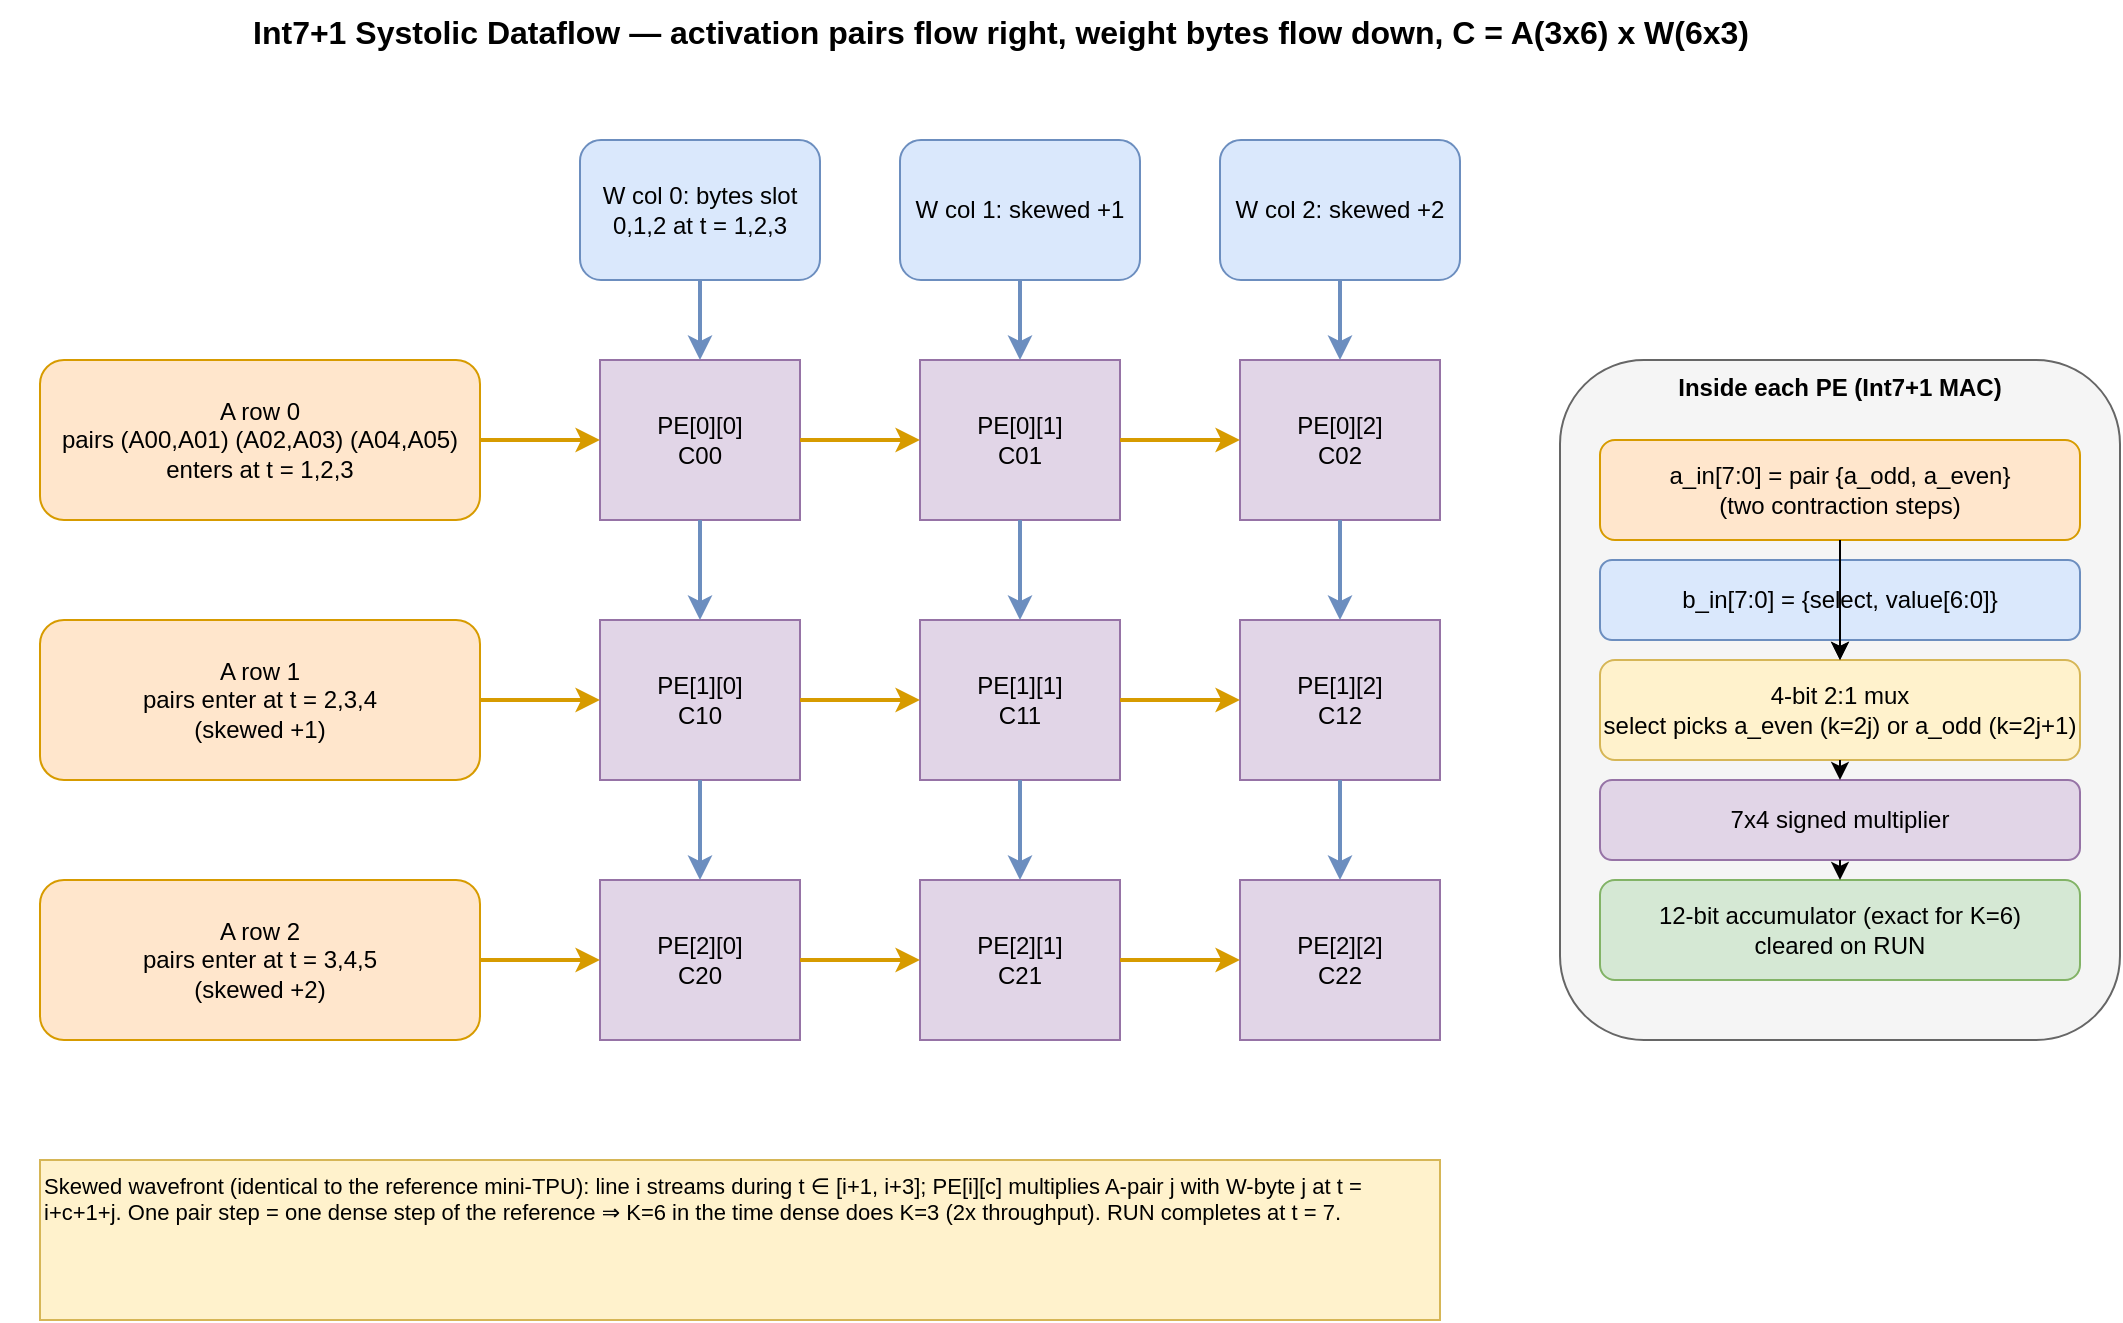
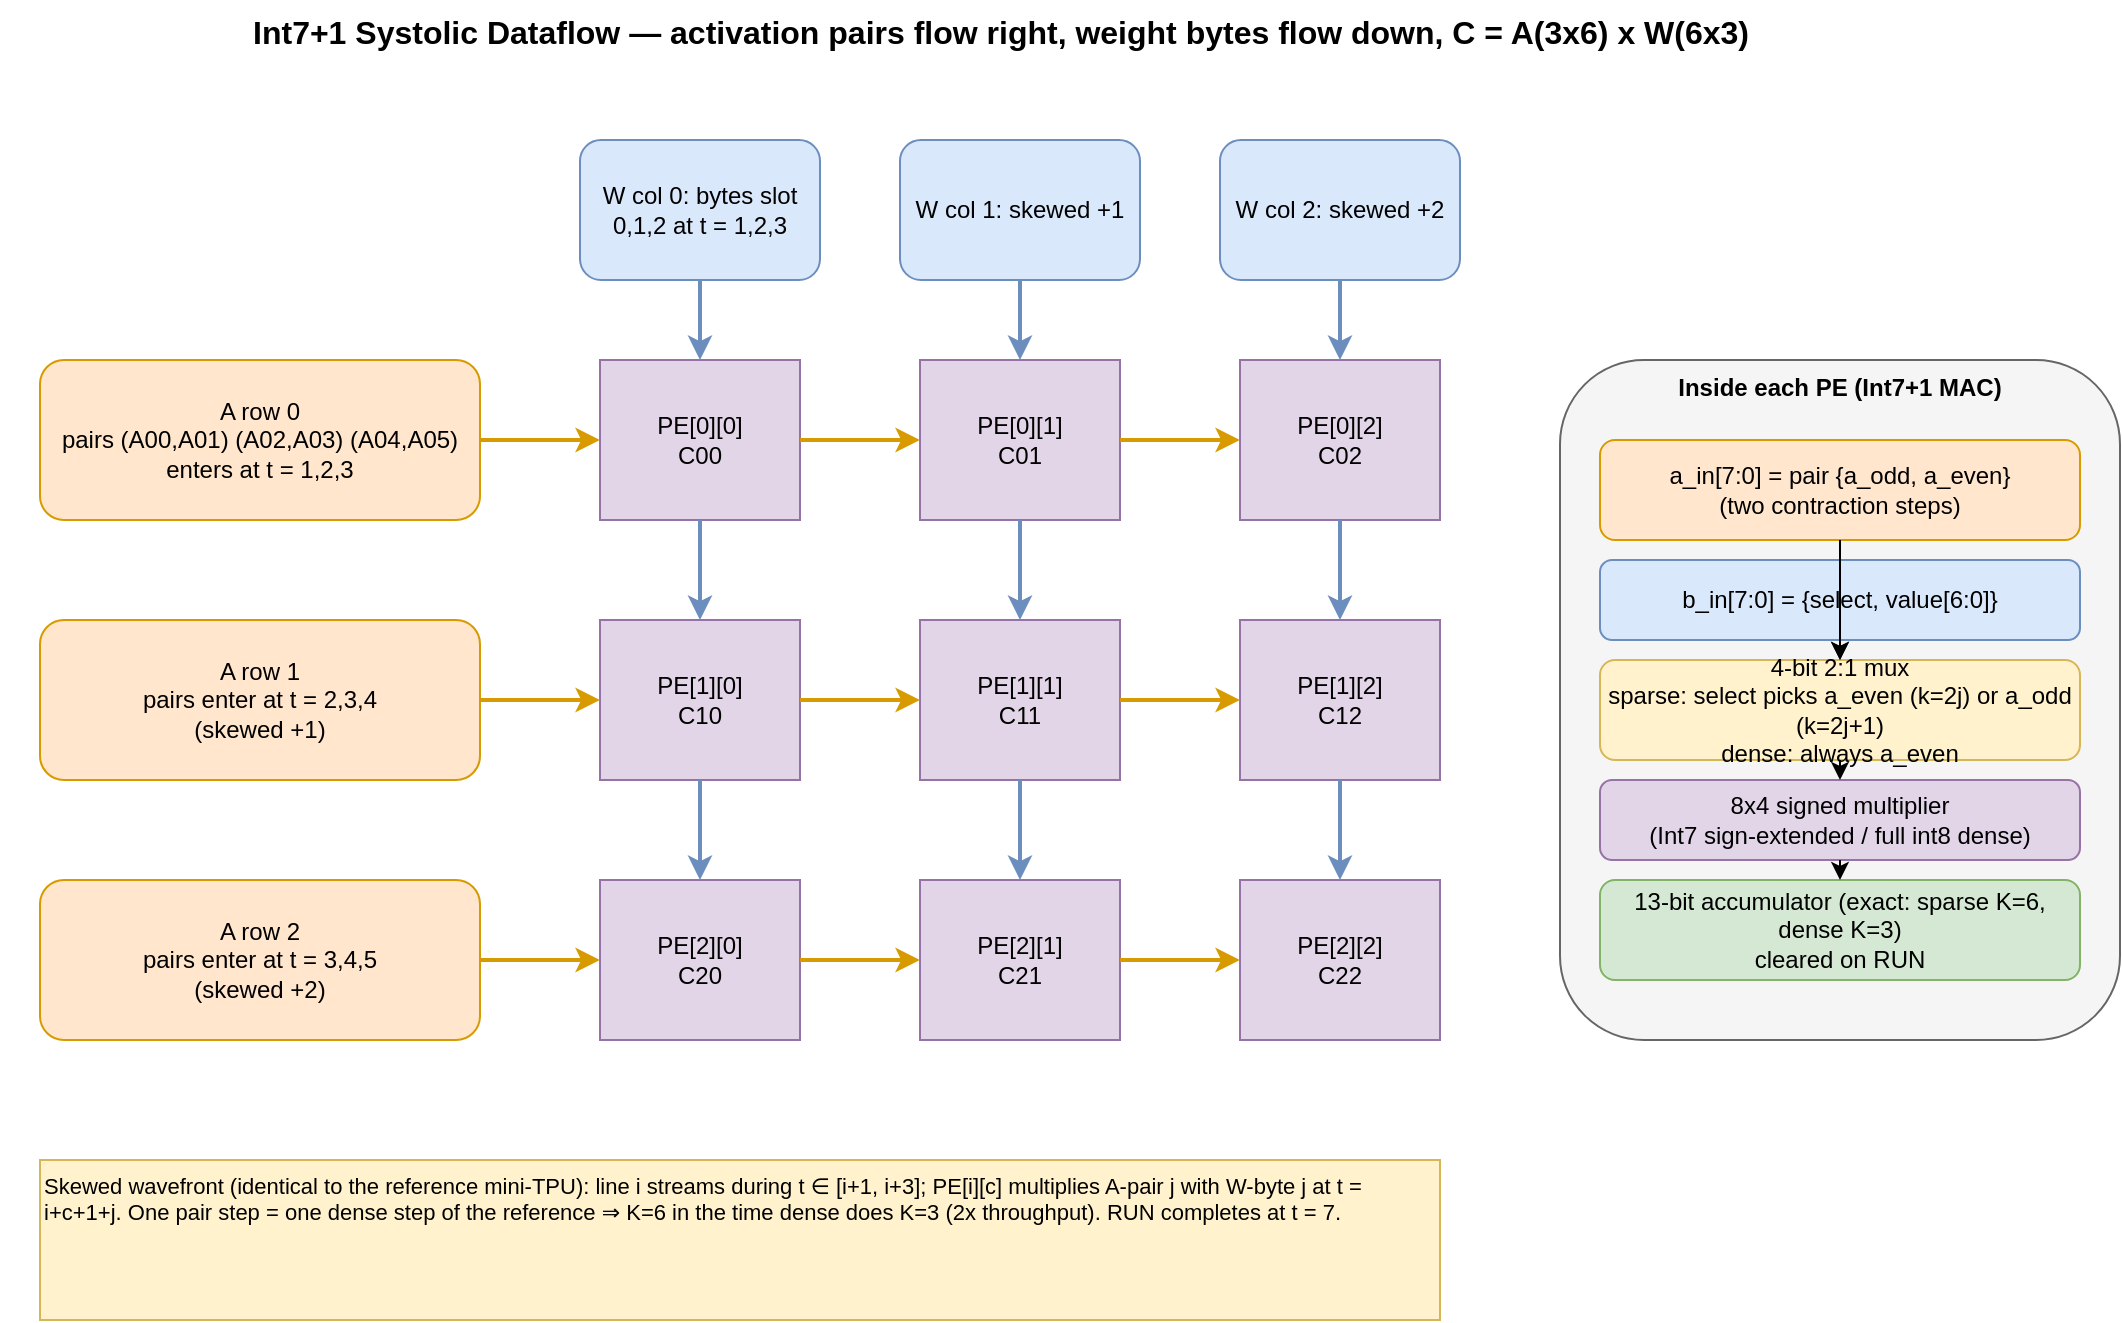
<mxfile host="app.diagrams.net" type="device">
  <diagram id="dataflow" name="Dataflow">
    <mxGraphModel dx="1400" dy="900" grid="1" gridSize="10" guides="1" tooltips="1" connect="1" arrows="1" fold="1" page="1" pageScale="1" pageWidth="1200" pageHeight="850" math="0" shadow="0">
      <root>
        <mxCell id="0" />
        <mxCell id="1" parent="0" />

        <mxCell id="title" value="Int7+1 Systolic Dataflow — activation pairs flow right, weight bytes flow down, C = A(3x6) x W(6x3)" style="text;html=1;fontSize=16;fontStyle=1;align=center;" vertex="1" parent="1">
          <mxGeometry x="100" y="20" width="1000" height="30" as="geometry" />
        </mxCell>

        <mxCell id="pe00" value="PE[0][0]&#10;C00" style="rounded=0;whiteSpace=wrap;html=1;fillColor=#e1d5e7;strokeColor=#9673a6;" vertex="1" parent="1"><mxGeometry x="400" y="200" width="100" height="80" as="geometry" /></mxCell>
        <mxCell id="pe01" value="PE[0][1]&#10;C01" style="rounded=0;whiteSpace=wrap;html=1;fillColor=#e1d5e7;strokeColor=#9673a6;" vertex="1" parent="1"><mxGeometry x="560" y="200" width="100" height="80" as="geometry" /></mxCell>
        <mxCell id="pe02" value="PE[0][2]&#10;C02" style="rounded=0;whiteSpace=wrap;html=1;fillColor=#e1d5e7;strokeColor=#9673a6;" vertex="1" parent="1"><mxGeometry x="720" y="200" width="100" height="80" as="geometry" /></mxCell>
        <mxCell id="pe10" value="PE[1][0]&#10;C10" style="rounded=0;whiteSpace=wrap;html=1;fillColor=#e1d5e7;strokeColor=#9673a6;" vertex="1" parent="1"><mxGeometry x="400" y="330" width="100" height="80" as="geometry" /></mxCell>
        <mxCell id="pe11" value="PE[1][1]&#10;C11" style="rounded=0;whiteSpace=wrap;html=1;fillColor=#e1d5e7;strokeColor=#9673a6;" vertex="1" parent="1"><mxGeometry x="560" y="330" width="100" height="80" as="geometry" /></mxCell>
        <mxCell id="pe12" value="PE[1][2]&#10;C12" style="rounded=0;whiteSpace=wrap;html=1;fillColor=#e1d5e7;strokeColor=#9673a6;" vertex="1" parent="1"><mxGeometry x="720" y="330" width="100" height="80" as="geometry" /></mxCell>
        <mxCell id="pe20" value="PE[2][0]&#10;C20" style="rounded=0;whiteSpace=wrap;html=1;fillColor=#e1d5e7;strokeColor=#9673a6;" vertex="1" parent="1"><mxGeometry x="400" y="460" width="100" height="80" as="geometry" /></mxCell>
        <mxCell id="pe21" value="PE[2][1]&#10;C21" style="rounded=0;whiteSpace=wrap;html=1;fillColor=#e1d5e7;strokeColor=#9673a6;" vertex="1" parent="1"><mxGeometry x="560" y="460" width="100" height="80" as="geometry" /></mxCell>
        <mxCell id="pe22" value="PE[2][2]&#10;C22" style="rounded=0;whiteSpace=wrap;html=1;fillColor=#e1d5e7;strokeColor=#9673a6;" vertex="1" parent="1"><mxGeometry x="720" y="460" width="100" height="80" as="geometry" /></mxCell>

        <mxCell id="rowa0" value="A row 0&#10;pairs (A00,A01) (A02,A03) (A04,A05)&#10;enters at t = 1,2,3" style="rounded=1;whiteSpace=wrap;html=1;fillColor=#ffe6cc;strokeColor=#d79b00;" vertex="1" parent="1"><mxGeometry x="120" y="200" width="220" height="80" as="geometry" /></mxCell>
        <mxCell id="rowa1" value="A row 1&#10;pairs enter at t = 2,3,4&#10;(skewed +1)" style="rounded=1;whiteSpace=wrap;html=1;fillColor=#ffe6cc;strokeColor=#d79b00;" vertex="1" parent="1"><mxGeometry x="120" y="330" width="220" height="80" as="geometry" /></mxCell>
        <mxCell id="rowa2" value="A row 2&#10;pairs enter at t = 3,4,5&#10;(skewed +2)" style="rounded=1;whiteSpace=wrap;html=1;fillColor=#ffe6cc;strokeColor=#d79b00;" vertex="1" parent="1"><mxGeometry x="120" y="460" width="220" height="80" as="geometry" /></mxCell>

        <mxCell id="colb0" value="W col 0: bytes slot 0,1,2 at t = 1,2,3" style="rounded=1;whiteSpace=wrap;html=1;fillColor=#dae8fc;strokeColor=#6c8ebf;" vertex="1" parent="1"><mxGeometry x="390" y="90" width="120" height="70" as="geometry" /></mxCell>
        <mxCell id="colb1" value="W col 1: skewed +1" style="rounded=1;whiteSpace=wrap;html=1;fillColor=#dae8fc;strokeColor=#6c8ebf;" vertex="1" parent="1"><mxGeometry x="550" y="90" width="120" height="70" as="geometry" /></mxCell>
        <mxCell id="colb2" value="W col 2: skewed +2" style="rounded=1;whiteSpace=wrap;html=1;fillColor=#dae8fc;strokeColor=#6c8ebf;" vertex="1" parent="1"><mxGeometry x="710" y="90" width="120" height="70" as="geometry" /></mxCell>

        <mxCell id="a00" style="edgeStyle=orthogonalEdgeStyle;html=1;strokeColor=#d79b00;strokeWidth=2;" edge="1" parent="1" source="rowa0" target="pe00"><mxGeometry relative="1" as="geometry" /></mxCell>
        <mxCell id="a01" style="edgeStyle=orthogonalEdgeStyle;html=1;strokeColor=#d79b00;strokeWidth=2;" edge="1" parent="1" source="pe00" target="pe01"><mxGeometry relative="1" as="geometry" /></mxCell>
        <mxCell id="a02" style="edgeStyle=orthogonalEdgeStyle;html=1;strokeColor=#d79b00;strokeWidth=2;" edge="1" parent="1" source="pe01" target="pe02"><mxGeometry relative="1" as="geometry" /></mxCell>
        <mxCell id="a10" style="edgeStyle=orthogonalEdgeStyle;html=1;strokeColor=#d79b00;strokeWidth=2;" edge="1" parent="1" source="rowa1" target="pe10"><mxGeometry relative="1" as="geometry" /></mxCell>
        <mxCell id="a11" style="edgeStyle=orthogonalEdgeStyle;html=1;strokeColor=#d79b00;strokeWidth=2;" edge="1" parent="1" source="pe10" target="pe11"><mxGeometry relative="1" as="geometry" /></mxCell>
        <mxCell id="a12" style="edgeStyle=orthogonalEdgeStyle;html=1;strokeColor=#d79b00;strokeWidth=2;" edge="1" parent="1" source="pe11" target="pe12"><mxGeometry relative="1" as="geometry" /></mxCell>
        <mxCell id="a20" style="edgeStyle=orthogonalEdgeStyle;html=1;strokeColor=#d79b00;strokeWidth=2;" edge="1" parent="1" source="rowa2" target="pe20"><mxGeometry relative="1" as="geometry" /></mxCell>
        <mxCell id="a21" style="edgeStyle=orthogonalEdgeStyle;html=1;strokeColor=#d79b00;strokeWidth=2;" edge="1" parent="1" source="pe20" target="pe21"><mxGeometry relative="1" as="geometry" /></mxCell>
        <mxCell id="a22" style="edgeStyle=orthogonalEdgeStyle;html=1;strokeColor=#d79b00;strokeWidth=2;" edge="1" parent="1" source="pe21" target="pe22"><mxGeometry relative="1" as="geometry" /></mxCell>

        <mxCell id="b00" style="edgeStyle=orthogonalEdgeStyle;html=1;strokeColor=#6c8ebf;strokeWidth=2;" edge="1" parent="1" source="colb0" target="pe00"><mxGeometry relative="1" as="geometry" /></mxCell>
        <mxCell id="b01" style="edgeStyle=orthogonalEdgeStyle;html=1;strokeColor=#6c8ebf;strokeWidth=2;" edge="1" parent="1" source="pe00" target="pe10"><mxGeometry relative="1" as="geometry" /></mxCell>
        <mxCell id="b02" style="edgeStyle=orthogonalEdgeStyle;html=1;strokeColor=#6c8ebf;strokeWidth=2;" edge="1" parent="1" source="pe10" target="pe20"><mxGeometry relative="1" as="geometry" /></mxCell>
        <mxCell id="b10" style="edgeStyle=orthogonalEdgeStyle;html=1;strokeColor=#6c8ebf;strokeWidth=2;" edge="1" parent="1" source="colb1" target="pe01"><mxGeometry relative="1" as="geometry" /></mxCell>
        <mxCell id="b11" style="edgeStyle=orthogonalEdgeStyle;html=1;strokeColor=#6c8ebf;strokeWidth=2;" edge="1" parent="1" source="pe01" target="pe11"><mxGeometry relative="1" as="geometry" /></mxCell>
        <mxCell id="b12" style="edgeStyle=orthogonalEdgeStyle;html=1;strokeColor=#6c8ebf;strokeWidth=2;" edge="1" parent="1" source="pe11" target="pe21"><mxGeometry relative="1" as="geometry" /></mxCell>
        <mxCell id="b20" style="edgeStyle=orthogonalEdgeStyle;html=1;strokeColor=#6c8ebf;strokeWidth=2;" edge="1" parent="1" source="colb2" target="pe02"><mxGeometry relative="1" as="geometry" /></mxCell>
        <mxCell id="b21" style="edgeStyle=orthogonalEdgeStyle;html=1;strokeColor=#6c8ebf;strokeWidth=2;" edge="1" parent="1" source="pe02" target="pe12"><mxGeometry relative="1" as="geometry" /></mxCell>
        <mxCell id="b22" style="edgeStyle=orthogonalEdgeStyle;html=1;strokeColor=#6c8ebf;strokeWidth=2;" edge="1" parent="1" source="pe12" target="pe22"><mxGeometry relative="1" as="geometry" /></mxCell>

        <mxCell id="pedetail" value="Inside each PE (Int7+1 MAC)" style="rounded=1;whiteSpace=wrap;html=1;fillColor=#f5f5f5;strokeColor=#666666;verticalAlign=top;fontStyle=1;" vertex="1" parent="1">
          <mxGeometry x="880" y="200" width="280" height="340" as="geometry" />
        </mxCell>
        <mxCell id="pd1" value="a_in[7:0] = pair {a_odd, a_even}&#10;(two contraction steps)" style="rounded=1;whiteSpace=wrap;html=1;fillColor=#ffe6cc;strokeColor=#d79b00;" vertex="1" parent="1">
          <mxGeometry x="900" y="240" width="240" height="50" as="geometry" />
        </mxCell>
        <mxCell id="pd2" value="b_in[7:0] = {select, value[6:0]}" style="rounded=1;whiteSpace=wrap;html=1;fillColor=#dae8fc;strokeColor=#6c8ebf;" vertex="1" parent="1">
          <mxGeometry x="900" y="300" width="240" height="40" as="geometry" />
        </mxCell>
-         <mxCell id="pd3" value="4-bit 2:1 mux&#10;select picks a_even (k=2j) or a_odd (k=2j+1)" style="rounded=1;whiteSpace=wrap;html=1;fillColor=#fff2cc;strokeColor=#d6b656;" vertex="1" parent="1">
+         <mxCell id="pd3" value="4-bit 2:1 mux&#10;sparse: select picks a_even (k=2j) or a_odd (k=2j+1)&#10;dense: always a_even" style="rounded=1;whiteSpace=wrap;html=1;fillColor=#fff2cc;strokeColor=#d6b656;" vertex="1" parent="1">
          <mxGeometry x="900" y="350" width="240" height="50" as="geometry" />
        </mxCell>
-         <mxCell id="pd4" value="7x4 signed multiplier" style="rounded=1;whiteSpace=wrap;html=1;fillColor=#e1d5e7;strokeColor=#9673a6;" vertex="1" parent="1">
+         <mxCell id="pd4" value="8x4 signed multiplier&#10;(Int7 sign-extended / full int8 dense)" style="rounded=1;whiteSpace=wrap;html=1;fillColor=#e1d5e7;strokeColor=#9673a6;" vertex="1" parent="1">
          <mxGeometry x="900" y="410" width="240" height="40" as="geometry" />
        </mxCell>
-         <mxCell id="pd5" value="12-bit accumulator (exact for K=6)&#10;cleared on RUN" style="rounded=1;whiteSpace=wrap;html=1;fillColor=#d5e8d4;strokeColor=#82b366;" vertex="1" parent="1">
+         <mxCell id="pd5" value="13-bit accumulator (exact: sparse K=6, dense K=3)&#10;cleared on RUN" style="rounded=1;whiteSpace=wrap;html=1;fillColor=#d5e8d4;strokeColor=#82b366;" vertex="1" parent="1">
          <mxGeometry x="900" y="460" width="240" height="50" as="geometry" />
        </mxCell>
        <mxCell id="pde1" style="edgeStyle=orthogonalEdgeStyle;html=1;" edge="1" parent="1" source="pd1" target="pd3"><mxGeometry relative="1" as="geometry" /></mxCell>
        <mxCell id="pde2" style="edgeStyle=orthogonalEdgeStyle;html=1;" edge="1" parent="1" source="pd2" target="pd3"><mxGeometry relative="1" as="geometry" /></mxCell>
        <mxCell id="pde3" style="edgeStyle=orthogonalEdgeStyle;html=1;" edge="1" parent="1" source="pd3" target="pd4"><mxGeometry relative="1" as="geometry" /></mxCell>
        <mxCell id="pde4" style="edgeStyle=orthogonalEdgeStyle;html=1;" edge="1" parent="1" source="pd4" target="pd5"><mxGeometry relative="1" as="geometry" /></mxCell>

        <mxCell id="note" value="Skewed wavefront (identical to the reference mini-TPU): line i streams during t ∈ [i+1, i+3]; PE[i][c] multiplies A-pair j with W-byte j at t = i+c+1+j. One pair step = one dense step of the reference ⇒ K=6 in the time dense does K=3 (2x throughput). RUN completes at t = 7." style="text;html=1;whiteSpace=wrap;fontSize=11;fillColor=#fff2cc;strokeColor=#d6b656;" vertex="1" parent="1">
          <mxGeometry x="120" y="600" width="700" height="80" as="geometry" />
        </mxCell>
      </root>
    </mxGraphModel>
  </diagram>
</mxfile>
